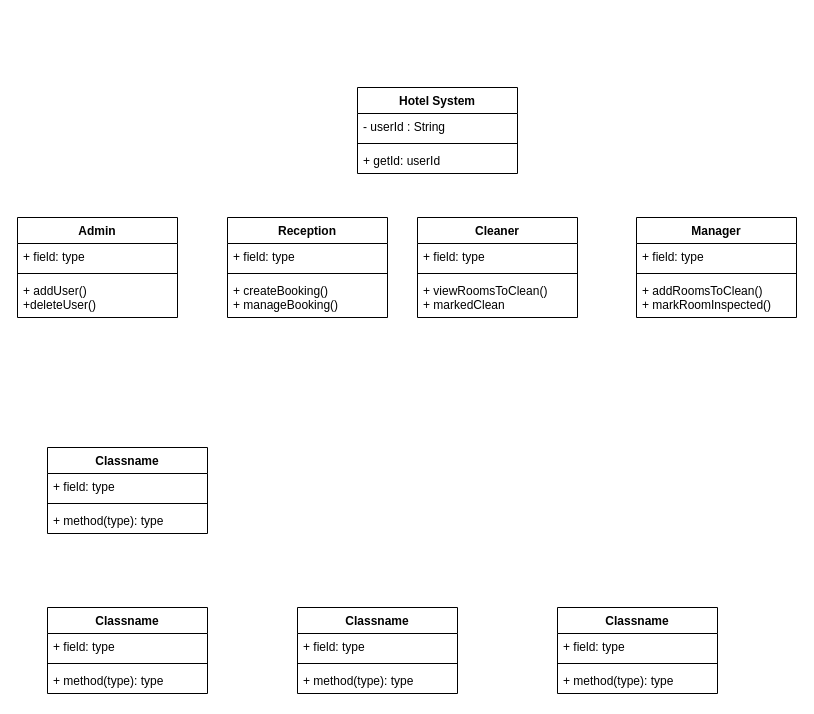
Above: src/UMLDiagrams/Hotel Management System Class Diagram.drawio in MauricePrendeville/Group-6-Project-ATU-Software-Development (draw.io), before the change. Source tidied: cells renumbered, new cells numbered last; positions are measured from the earlier drawing's top-left corner, leaving out a move shared by most shapes. Both pictures are drawn from the tidied source at 100%, with x=0, y=0 at pixel (17, 87).
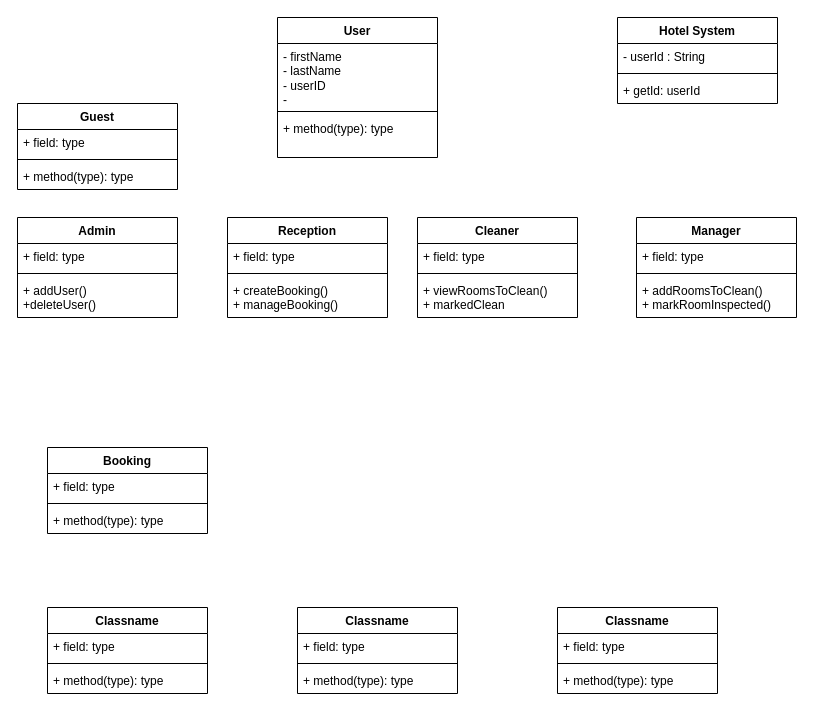
The same diagram, later.

Commit message (it also covers changes not shown here):
UMLDiagrams Directory added

Change to the diagram source:
```diff
@@
-    <mxCell id="10" value="Classname" style="swimlane;fontStyle=1;align=center;verticalAlign=top;horizontal=1;startSize=26;whiteSpace=wrap;html=1;" parent="1" vertex="1">
+    <mxCell id="10" value="Booking" style="swimlane;fontStyle=1;align=center;verticalAlign=top;horizontal=1;startSize=26;whiteSpace=wrap;html=1;" parent="1" vertex="1">
       <mxGeometry x="30" y="360" width="160" height="86" as="geometry" />
     </mxCell>
@@
     <mxCell id="22" value="Hotel System" style="swimlane;fontStyle=1;align=center;verticalAlign=top;horizontal=1;startSize=26;whiteSpace=wrap;html=1;" parent="1" vertex="1">
-      <mxGeometry x="340" width="160" height="86" as="geometry" />
+      <mxGeometry x="600" y="-70" width="160" height="86" as="geometry" />
     </mxCell>
@@
+    <mxCell id="38" value="User" style="swimlane;fontStyle=1;align=center;verticalAlign=top;horizontal=1;startSize=26;whiteSpace=wrap;html=1;" parent="1" vertex="1">
+      <mxGeometry x="260" y="-70" width="160" height="140" as="geometry" />
+    </mxCell>
+    <mxCell id="39" value="- firstName&lt;br&gt;- lastName&lt;br&gt;- userID&lt;br&gt;-&amp;nbsp;" style="text;strokeColor=none;fillColor=none;align=left;verticalAlign=top;spacingLeft=4;spacingRight=4;overflow=hidden;whiteSpace=wrap;html=1;" parent="38" vertex="1">
+      <mxGeometry y="26" width="160" height="64" as="geometry" />
+    </mxCell>
+    <mxCell id="40" style="line;strokeWidth=1;fillColor=none;align=left;verticalAlign=middle;spacingTop=-1;spacingLeft=3;spacingRight=3;labelPosition=right;strokeColor=inherit;" parent="38" vertex="1">
+      <mxGeometry y="90" width="160" height="8" as="geometry" />
+    </mxCell>
+    <mxCell id="41" value="+ method(type): type" style="text;strokeColor=none;fillColor=none;align=left;verticalAlign=top;spacingLeft=4;spacingRight=4;overflow=hidden;whiteSpace=wrap;html=1;" parent="38" vertex="1">
+      <mxGeometry y="98" width="160" height="42" as="geometry" />
+    </mxCell>
+    <mxCell id="42" value="Guest&lt;br&gt;" style="swimlane;fontStyle=1;align=center;verticalAlign=top;horizontal=1;startSize=26;whiteSpace=wrap;html=1;" parent="1" vertex="1">
+      <mxGeometry y="16" width="160" height="86" as="geometry" />
+    </mxCell>
+    <mxCell id="43" value="+ field: type" style="text;strokeColor=none;fillColor=none;align=left;verticalAlign=top;spacingLeft=4;spacingRight=4;overflow=hidden;whiteSpace=wrap;html=1;" parent="42" vertex="1">
+      <mxGeometry y="26" width="160" height="26" as="geometry" />
+    </mxCell>
+    <mxCell id="44" style="line;strokeWidth=1;fillColor=none;align=left;verticalAlign=middle;spacingTop=-1;spacingLeft=3;spacingRight=3;labelPosition=right;strokeColor=inherit;" parent="42" vertex="1">
+      <mxGeometry y="52" width="160" height="8" as="geometry" />
+    </mxCell>
+    <mxCell id="45" value="+ method(type): type" style="text;strokeColor=none;fillColor=none;align=left;verticalAlign=top;spacingLeft=4;spacingRight=4;overflow=hidden;whiteSpace=wrap;html=1;" parent="42" vertex="1">
+      <mxGeometry y="60" width="160" height="26" as="geometry" />
+    </mxCell>
```
